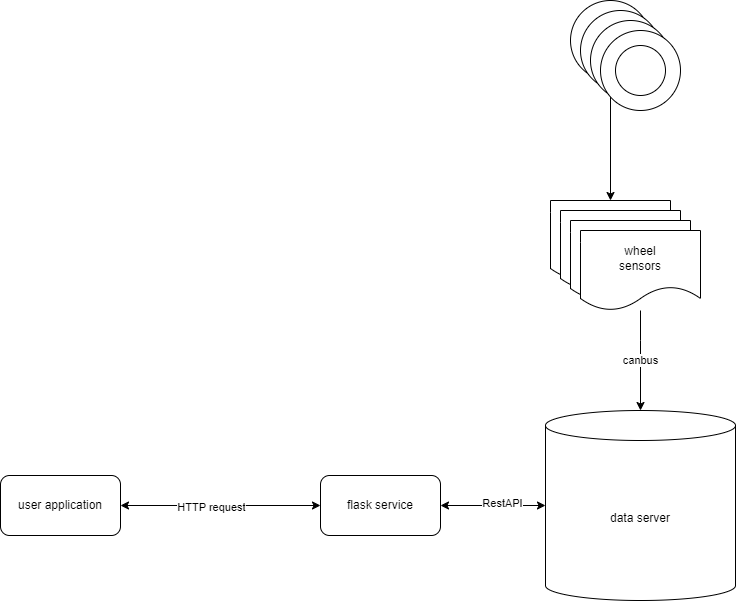
The draw.io diagram docs/main_design.png in 2shpatz/wheel_sensor_simulation, before a commit. Source tidied: cells renumbered, new cells last; positions are measured from the earlier drawing's top-left corner, leaving out a move shared by most shapes.
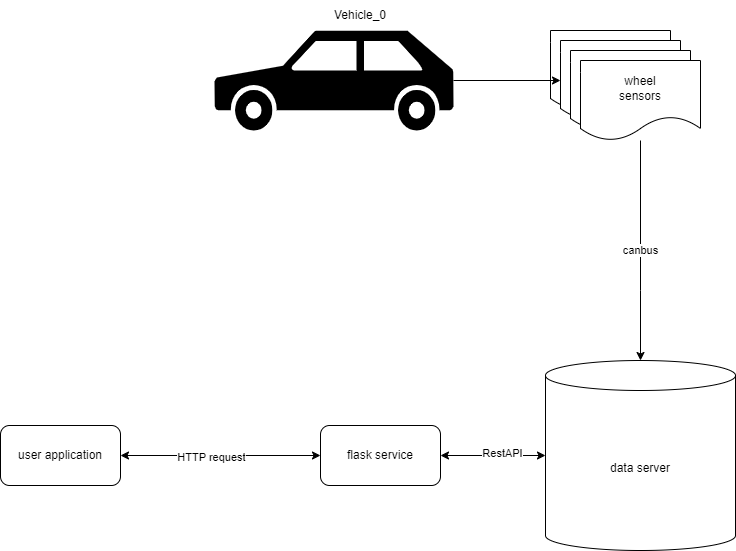
The same file after the commit.

Change to the diagram source:
```diff
@@ -14,25 +14,16 @@
     <mxCell id="5" value="canbus" style="edgeStyle=orthogonalEdgeStyle;rounded=0;jettySize=auto;html=1;" parent="1" edge="1" source="6" target="10">
       <mxGeometry relative="1" as="geometry">
         <Array as="points">
-          <mxPoint x="640" y="340" />
-          <mxPoint x="640" y="340" />
+          <mxPoint x="640" y="460" />
+          <mxPoint x="640" y="460" />
         </Array>
       </mxGeometry>
     </mxCell>
     <mxCell id="6" value="wheel&lt;br&gt;sensors" style="shape=document;whiteSpace=wrap;html=1;boundedLbl=1;" parent="1" vertex="1">
       <mxGeometry x="580" y="230" width="120" height="80" as="geometry" />
     </mxCell>
-    <mxCell id="7" style="edgeStyle=orthogonalEdgeStyle;rounded=0;jettySize=auto;html=1;startArrow=none;startFill=0;" parent="1" edge="1" source="8" target="2">
-      <mxGeometry relative="1" as="geometry" />
-    </mxCell>
-    <mxCell id="8" style="ellipse;whiteSpace=wrap;html=1;" parent="1" vertex="1">
-      <mxGeometry x="570" width="80" height="80" as="geometry" />
-    </mxCell>
-    <mxCell id="9" style="ellipse;whiteSpace=wrap;html=1;" parent="1" vertex="1">
-      <mxGeometry x="585" y="15" width="50" height="50" as="geometry" />
-    </mxCell>
     <mxCell id="10" value="data server" style="shape=cylinder3;whiteSpace=wrap;html=1;boundedLbl=1;backgroundOutline=1;size=15;" parent="1" vertex="1">
-      <mxGeometry x="545" y="410" width="190" height="190" as="geometry" />
+      <mxGeometry x="545" y="530" width="190" height="190" as="geometry" />
     </mxCell>
     <mxCell id="11" style="edgeStyle=orthogonalEdgeStyle;rounded=0;jettySize=auto;html=1;startArrow=classic;startFill=1;" parent="1" edge="1" source="13" target="10">
       <mxGeometry relative="1" as="geometry" />
@@ -41,7 +32,7 @@
       <mxGeometry x="0.16" y="3" relative="1" as="geometry" />
     </mxCell>
     <mxCell id="13" value="flask service" style="rounded=1;whiteSpace=wrap;html=1;" parent="1" vertex="1">
-      <mxGeometry x="320" y="475" width="120" height="60" as="geometry" />
+      <mxGeometry x="320" y="595" width="120" height="60" as="geometry" />
     </mxCell>
     <mxCell id="14" style="edgeStyle=orthogonalEdgeStyle;rounded=0;jettySize=auto;html=1;startArrow=classic;startFill=1;" parent="1" edge="1" source="16" target="13">
       <mxGeometry relative="1" as="geometry" />
@@ -50,25 +41,16 @@
       <mxGeometry x="-0.1" y="-1" relative="1" as="geometry" />
     </mxCell>
     <mxCell id="16" value="user application" style="rounded=1;whiteSpace=wrap;html=1;" parent="1" vertex="1">
-      <mxGeometry y="475" width="120" height="60" as="geometry" />
+      <mxGeometry y="595" width="120" height="60" as="geometry" />
     </mxCell>
-    <mxCell id="17" style="ellipse;whiteSpace=wrap;html=1;" parent="1" vertex="1">
-      <mxGeometry x="580" y="10" width="80" height="80" as="geometry" />
-    </mxCell>
-    <mxCell id="18" style="ellipse;whiteSpace=wrap;html=1;" parent="1" vertex="1">
-      <mxGeometry x="595" y="25" width="50" height="50" as="geometry" />
-    </mxCell>
-    <mxCell id="19" style="ellipse;whiteSpace=wrap;html=1;" parent="1" vertex="1">
-      <mxGeometry x="590" y="20" width="80" height="80" as="geometry" />
-    </mxCell>
-    <mxCell id="20" style="ellipse;whiteSpace=wrap;html=1;" parent="1" vertex="1">
-      <mxGeometry x="605" y="35" width="50" height="50" as="geometry" />
-    </mxCell>
-    <mxCell id="21" style="ellipse;whiteSpace=wrap;html=1;" parent="1" vertex="1">
-      <mxGeometry x="600" y="30" width="80" height="80" as="geometry" />
-    </mxCell>
-    <mxCell id="22" style="ellipse;whiteSpace=wrap;html=1;" parent="1" vertex="1">
-      <mxGeometry x="615" y="45" width="50" height="50" as="geometry" />
-    </mxCell>
+    <mxCell id="23" value="Vehicle_0" style="text;html=1;strokeColor=none;fillColor=none;align=center;verticalAlign=middle;whiteSpace=wrap;rounded=0;" parent="1" vertex="1">
+      <mxGeometry x="330" y="170" width="60" height="30" as="geometry" />
+    </mxCell>
+    <mxCell id="24" style="edgeStyle=orthogonalEdgeStyle;rounded=0;jettySize=auto;html=1;startArrow=none;startFill=0;" parent="1" edge="1" source="25" target="3">
+      <mxGeometry relative="1" as="geometry" />
+    </mxCell>
+    <mxCell id="25" style="shape=mxgraph.signs.transportation.car_3;html=1;fillColor=#000000;strokeColor=none;verticalLabelPosition=bottom;verticalAlign=top;align=center;" parent="1" vertex="1">
+      <mxGeometry x="214" y="200" width="239" height="100" as="geometry" />
+    </mxCell>
   </root>
 </mxGraphModel>
```
